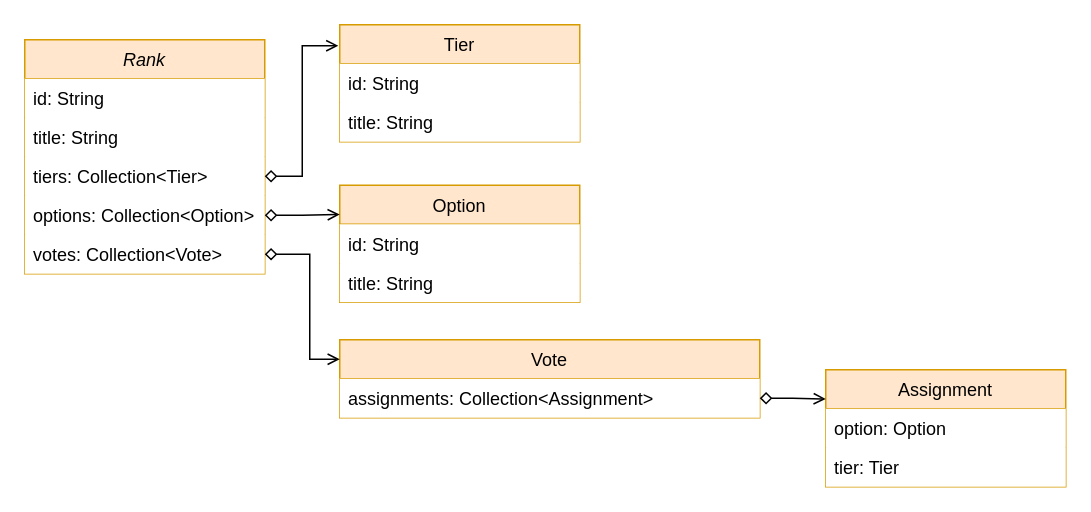
This is docs/Diagrams.drawio from BrunoMNDantas/Ranker, a draw.io file, before an edit. Source tidied: cells renumbered, new cells numbered last; positions are measured from the earlier drawing's top-left corner, leaving out a move shared by most shapes. Both pictures are drawn from the tidied source at 150%, with x=0, y=0 at pixel (24, 24).
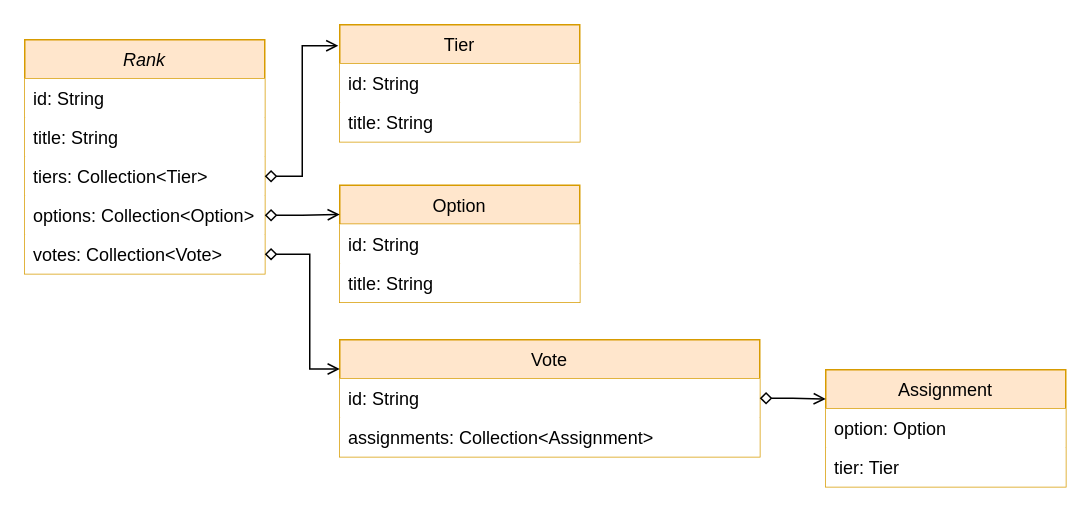
Above is the later version.

The change refers to these unchanged cells:
```xml
<mxCell id="7" value="votes: Collection&lt;Vote&gt;" style="text;align=left;verticalAlign=top;spacingLeft=4;spacingRight=4;overflow=hidden;points=[[0,0.5],[1,0.5]];portConstraint=eastwest;rounded=0;shadow=0;html=0;fillColor=default;" parent="2" vertex="1">
  <mxGeometry y="130" width="160" height="26" as="geometry" />
</mxCell>
```

Change to the diagram source:
```diff
@@
     <mxCell id="11" value="Vote" style="swimlane;fontStyle=0;align=center;verticalAlign=top;horizontal=1;startSize=26;rounded=0;shadow=0;strokeWidth=1;fillColor=#ffe6cc;strokeColor=#d79b00;labelBackgroundColor=none;" parent="1" vertex="1">
-      <mxGeometry x="210" y="210" width="280" height="52" as="geometry" />
+      <mxGeometry x="210" y="210" width="280" height="78" as="geometry" />
     </mxCell>
-    <mxCell id="12" value="assignments: Collection&lt;Assignment&gt;" style="text;align=left;verticalAlign=top;spacingLeft=4;spacingRight=4;overflow=hidden;points=[[0,0.5],[1,0.5]];portConstraint=eastwest;fillColor=default;" parent="11" vertex="1">
+    <mxCell id="12" value="id: String" style="text;align=left;verticalAlign=top;spacingLeft=4;spacingRight=4;overflow=hidden;points=[[0,0.5],[1,0.5]];portConstraint=eastwest;fillColor=default;" parent="11" vertex="1">
       <mxGeometry y="26" width="280" height="26" as="geometry" />
     </mxCell>
+    <mxCell id="23" value="assignments: Collection&lt;Assignment&gt;" style="text;align=left;verticalAlign=top;spacingLeft=4;spacingRight=4;overflow=hidden;fillColor=default;" parent="11" vertex="1">
+      <mxGeometry y="52" width="280" height="26" as="geometry" />
+    </mxCell>
@@
     <mxCell id="21" style="edgeStyle=orthogonalEdgeStyle;rounded=0;jettySize=auto;html=1;exitX=1;exitY=0.5;exitDx=0;exitDy=0;entryX=0;entryY=0.25;entryDx=0;entryDy=0;endArrow=open;endFill=0;startArrow=diamond;startFill=0;" parent="1" edge="1" source="7" target="11">
       <mxGeometry relative="1" as="geometry">
         <Array as="points">
           <mxPoint x="190" y="153" />
-          <mxPoint x="190" y="223" />
+          <mxPoint x="190" y="230" />
         </Array>
       </mxGeometry>
     </mxCell>
```
